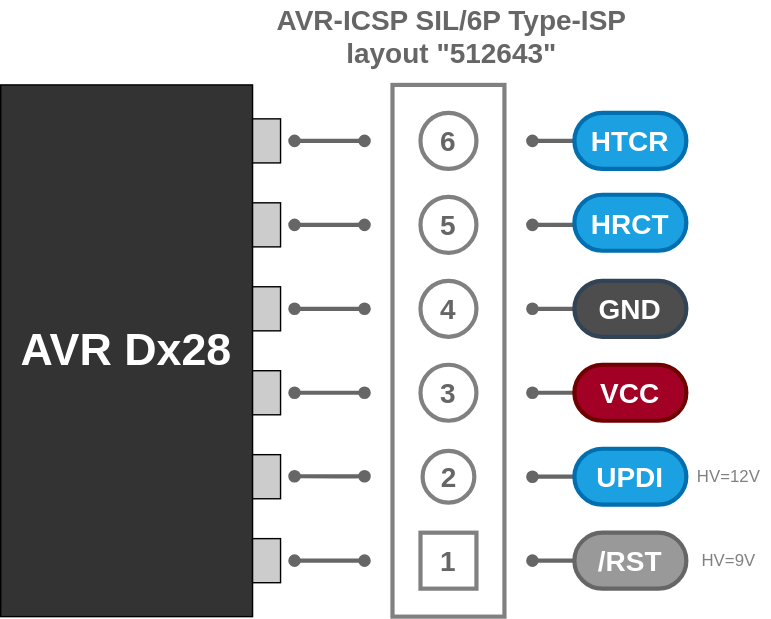
askn37/askn37.github.io keeps this draw.io diagram as svg/AVR-ICSP-S6P-UPDI-512643.drawio.svg. Above is the earlier version. Source tidied: cells renumbered, new cells last; positions are measured from the earlier drawing's top-left corner, leaving out a move shared by most shapes.
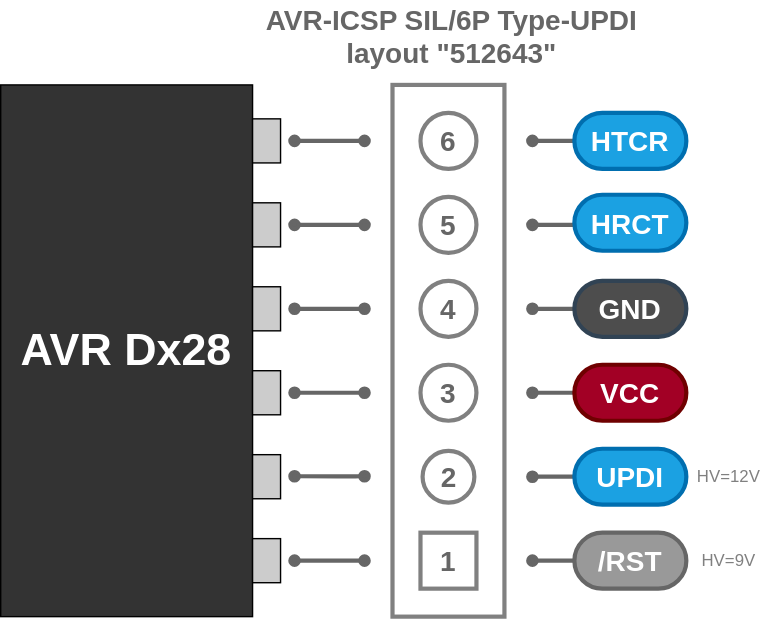
After the change.

Diff of the diagram source:
```diff
@@ -41,8 +41,8 @@
         <mxPoint x="380" y="280" as="targetPoint" />
       </mxGeometry>
     </mxCell>
-    <mxCell id="11" value="AVR-ICSP SIL/6P Type-ISP&lt;br&gt;layout &quot;512643&quot;" style="text;html=1;align=center;verticalAlign=middle;strokeColor=none;fillColor=none;fontSize=20;fontColor=#666666;fontStyle=1;" parent="1" vertex="1">
-      <mxGeometry x="186.5" width="270" height="50" as="geometry" />
+    <mxCell id="11" value="AVR-ICSP SIL/6P Type-UPDI&lt;br&gt;layout &quot;512643&quot;" style="text;html=1;align=center;verticalAlign=middle;strokeColor=none;fillColor=none;fontSize=20;fontColor=#666666;fontStyle=1;" parent="1" vertex="1">
+      <mxGeometry x="181.5" width="280" height="50" as="geometry" />
     </mxCell>
     <mxCell id="12" value="HV=12V" style="text;html=1;align=center;verticalAlign=middle;strokeColor=none;fillColor=none;fontColor=#808080;" parent="1" vertex="1">
       <mxGeometry x="490" y="330" width="60" height="20" as="geometry" />
```
